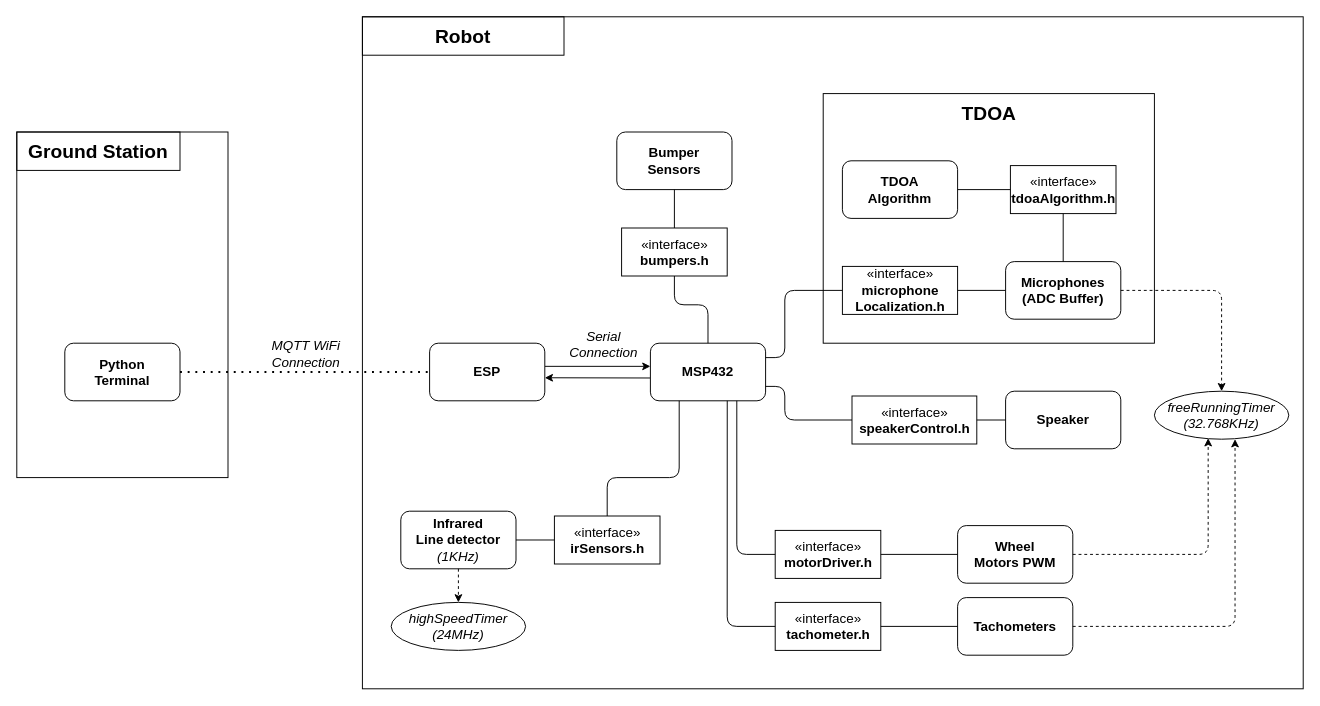
Before: documentation/block_diagram.drawio in davidzwa/advanced-iot-lisat, a draw.io diagram. Source tidied: cells renumbered, new cells numbered last; positions are measured from the earlier drawing's top-left corner, leaving out a move shared by most shapes. Both pictures are drawn from the tidied source at 96%, with x=0, y=0 at pixel (16, 16).
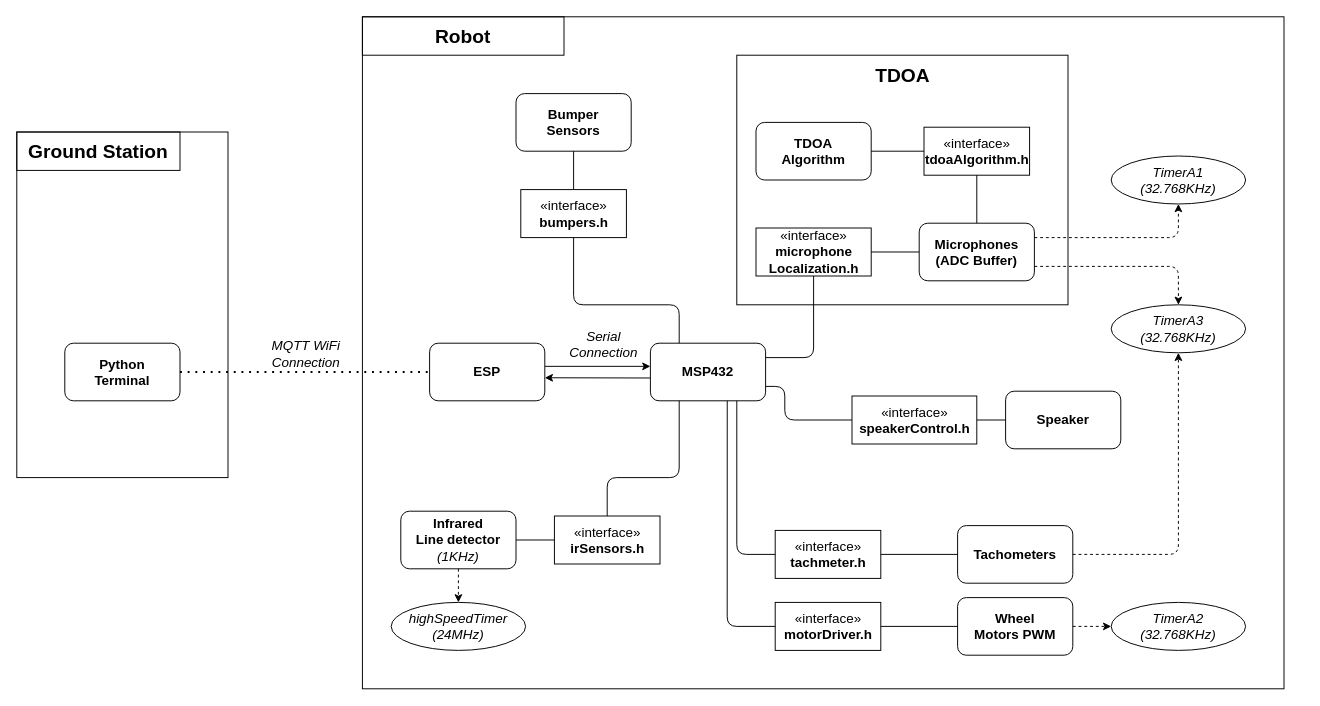
The same page after the edit.

Unchanged cells that the change refers to:
```xml
<mxCell id="9" value="MSP432" style="rounded=1;whiteSpace=wrap;html=1;fontSize=14;fontStyle=1;" parent="1" vertex="1">
  <mxGeometry x="660" y="340" width="120" height="60" as="geometry" />
</mxCell>
```

The edit, as a diff of the source:
```diff
@@
     <mxCell id="2" style="rounded=0;whiteSpace=wrap;html=1;fontSize=14;fillColor=none;" parent="1" vertex="1">
-      <mxGeometry x="360" width="980" height="700" as="geometry" />
+      <mxGeometry x="360" width="960" height="700" as="geometry" />
     </mxCell>
     <mxCell id="3" style="rounded=0;whiteSpace=wrap;html=1;fontSize=14;fillColor=none;" parent="1" vertex="1">
-      <mxGeometry x="840" y="80" width="345" height="260" as="geometry" />
+      <mxGeometry x="750" y="40" width="345" height="260" as="geometry" />
     </mxCell>
@@
     <mxCell id="8" value="Bumper&lt;br style=&quot;font-size: 14px;&quot;&gt;Sensors" style="rounded=1;whiteSpace=wrap;html=1;fontSize=14;fontStyle=1;" parent="1" vertex="1">
-      <mxGeometry x="625" y="120" width="120" height="60" as="geometry" />
+      <mxGeometry x="520" y="80" width="120" height="60" as="geometry" />
     </mxCell>
@@
     <mxCell id="11" value="Microphones&lt;br&gt;(ADC Buffer)" style="rounded=1;whiteSpace=wrap;html=1;fontSize=14;fontStyle=1;" parent="1" vertex="1">
-      <mxGeometry x="1030" y="255" width="120" height="60" as="geometry" />
+      <mxGeometry x="940" y="215" width="120" height="60" as="geometry" />
     </mxCell>
@@
     <mxCell id="25" value="«interface»&lt;br style=&quot;font-size: 14px&quot;&gt;&lt;b style=&quot;font-size: 14px&quot;&gt;bumpers.h&lt;/b&gt;" style="html=1;fontSize=14;" parent="1" vertex="1">
-      <mxGeometry x="630" y="220" width="110" height="50" as="geometry" />
+      <mxGeometry x="525" y="180" width="110" height="50" as="geometry" />
     </mxCell>
-    <mxCell id="26" style="endArrow=none;html=1;exitX=0.5;exitY=0;exitDx=0;exitDy=0;entryX=0.5;entryY=1;entryDx=0;entryDy=0;" parent="1" edge="1" source="9" target="25">
+    <mxCell id="26" style="endArrow=none;html=1;exitX=0.25;exitY=0;exitDx=0;exitDy=0;entryX=0.5;entryY=1;entryDx=0;entryDy=0;" parent="1" edge="1" source="9" target="25">
       <mxGeometry relative="1" as="geometry">
         <Array as="points">
-          <mxPoint x="720" y="300" />
-          <mxPoint x="685" y="300" />
+          <mxPoint x="690" y="300" />
+          <mxPoint x="580" y="300" />
         </Array>
       </mxGeometry>
     </mxCell>
@@
-    <mxCell id="28" value="Tachometers" style="rounded=1;whiteSpace=wrap;html=1;fontSize=14;fontStyle=1;" parent="1" vertex="1">
+    <mxCell id="28" value="Wheel&lt;br&gt;Motors PWM" style="rounded=1;whiteSpace=wrap;html=1;fontSize=14;fontStyle=1;" parent="1" vertex="1">
       <mxGeometry x="980" y="605" width="120" height="60" as="geometry" />
     </mxCell>
     <mxCell id="29" value="TDOA&lt;br&gt;Algorithm" style="rounded=1;whiteSpace=wrap;html=1;fontSize=14;fontStyle=1;" parent="1" vertex="1">
-      <mxGeometry x="860" y="150" width="120" height="60" as="geometry" />
+      <mxGeometry x="770" y="110" width="120" height="60" as="geometry" />
     </mxCell>
     <mxCell id="30" value="«interface»&lt;br style=&quot;font-size: 14px&quot;&gt;&lt;b style=&quot;font-size: 14px&quot;&gt;microphone&lt;br&gt;Localization.h&lt;/b&gt;" style="html=1;fontSize=14;" parent="1" vertex="1">
-      <mxGeometry x="860" y="260" width="120" height="50" as="geometry" />
+      <mxGeometry x="770" y="220" width="120" height="50" as="geometry" />
     </mxCell>
     <mxCell id="31" value="&lt;span style=&quot;font-size: 20px&quot;&gt;&lt;b&gt;TDOA&lt;/b&gt;&lt;/span&gt;" style="text;html=1;strokeColor=none;fillColor=none;align=center;verticalAlign=middle;whiteSpace=wrap;rounded=0;" parent="1" vertex="1">
-      <mxGeometry x="907.5" y="80" width="210" height="40" as="geometry" />
+      <mxGeometry x="817.5" y="40" width="210" height="40" as="geometry" />
     </mxCell>
-    <mxCell id="32" value="Wheel&lt;br&gt;Motors PWM" style="rounded=1;whiteSpace=wrap;html=1;fontSize=14;fontStyle=1;" parent="1" vertex="1">
+    <mxCell id="32" value="Tachometers" style="rounded=1;whiteSpace=wrap;html=1;fontSize=14;fontStyle=1;" parent="1" vertex="1">
       <mxGeometry x="980" y="530" width="120" height="60" as="geometry" />
     </mxCell>
-    <mxCell id="33" value="«interface»&lt;br style=&quot;font-size: 14px&quot;&gt;&lt;b style=&quot;font-size: 14px&quot;&gt;motorDriver.h&lt;/b&gt;" style="html=1;fontSize=14;" parent="1" vertex="1">
+    <mxCell id="33" value="«interface»&lt;br style=&quot;font-size: 14px&quot;&gt;&lt;b style=&quot;font-size: 14px&quot;&gt;tachmeter.h&lt;/b&gt;" style="html=1;fontSize=14;" parent="1" vertex="1">
       <mxGeometry x="790" y="535" width="110" height="50" as="geometry" />
     </mxCell>
@@
     <mxCell id="35" value="«interface»&lt;br style=&quot;font-size: 14px&quot;&gt;&lt;b style=&quot;font-size: 14px&quot;&gt;tdoaAlgorithm.h&lt;/b&gt;" style="html=1;fontSize=14;" parent="1" vertex="1">
-      <mxGeometry x="1035" y="155" width="110" height="50" as="geometry" />
+      <mxGeometry x="945" y="115" width="110" height="50" as="geometry" />
     </mxCell>
-    <mxCell id="36" style="endArrow=none;html=1;exitX=1;exitY=0.25;exitDx=0;exitDy=0;entryX=0;entryY=0.5;entryDx=0;entryDy=0;" parent="1" edge="1" source="9" target="30">
+    <mxCell id="36" style="endArrow=none;html=1;exitX=1;exitY=0.25;exitDx=0;exitDy=0;" parent="1" edge="1" source="9" target="30">
       <mxGeometry relative="1" as="geometry">
         <Array as="points">
-          <mxPoint x="800" y="355" />
-          <mxPoint x="800" y="285" />
+          <mxPoint x="830" y="355" />
         </Array>
       </mxGeometry>
     </mxCell>
-    <mxCell id="37" value="«interface»&lt;br style=&quot;font-size: 14px&quot;&gt;&lt;b style=&quot;font-size: 14px&quot;&gt;tachometer.h&lt;/b&gt;" style="html=1;fontSize=14;" parent="1" vertex="1">
+    <mxCell id="37" value="«interface»&lt;br&gt;&lt;b&gt;motorDriver.h&lt;/b&gt;" style="html=1;fontSize=14;" parent="1" vertex="1">
       <mxGeometry x="790" y="610" width="110" height="50" as="geometry" />
     </mxCell>
@@
-    <mxCell id="43" style="endArrow=classic;html=1;fontSize=14;entryX=0.6;entryY=1;entryDx=0;entryDy=0;dashed=1;entryPerimeter=0;exitX=1;exitY=0.5;exitDx=0;exitDy=0;" parent="1" edge="1" source="28" target="45">
-      <mxGeometry relative="1" as="geometry">
-        <Array as="points">
-          <mxPoint x="1269" y="635" />
-        </Array>
-      </mxGeometry>
-    </mxCell>
-    <mxCell id="44" style="endArrow=classic;html=1;fontSize=14;entryX=0.4;entryY=0.98;entryDx=0;entryDy=0;dashed=1;exitX=1;exitY=0.5;exitDx=0;exitDy=0;entryPerimeter=0;" parent="1" edge="1" source="32" target="45">
-      <mxGeometry relative="1" as="geometry">
-        <Array as="points">
-          <mxPoint x="1241" y="560" />
-        </Array>
-      </mxGeometry>
-    </mxCell>
-    <mxCell id="45" value="freeRunningTimer&lt;br&gt;(32.768KHz)" style="ellipse;whiteSpace=wrap;html=1;fillColor=none;fontSize=14;fontStyle=2;" parent="1" vertex="1">
-      <mxGeometry x="1185" y="390" width="140" height="50" as="geometry" />
+    <mxCell id="45" value="TimerA1&lt;br&gt;(32.768KHz)" style="ellipse;whiteSpace=wrap;html=1;fillColor=none;fontSize=14;fontStyle=2;" parent="1" vertex="1">
+      <mxGeometry x="1140" y="145" width="140" height="50" as="geometry" />
     </mxCell>
-    <mxCell id="46" style="endArrow=classic;html=1;fontSize=14;entryX=0.5;entryY=0;entryDx=0;entryDy=0;dashed=1;exitX=1;exitY=0.5;exitDx=0;exitDy=0;" parent="1" edge="1" source="11" target="45">
+    <mxCell id="46" style="endArrow=classic;html=1;fontSize=14;dashed=1;exitX=1;exitY=0.25;exitDx=0;exitDy=0;entryX=0.5;entryY=1;entryDx=0;entryDy=0;" parent="1" edge="1" source="11" target="45">
       <mxGeometry relative="1" as="geometry">
         <Array as="points">
-          <mxPoint x="1255" y="285" />
+          <mxPoint x="1210" y="230" />
         </Array>
       </mxGeometry>
     </mxCell>
@@
+    <mxCell id="50" value="TimerA2&lt;br&gt;(32.768KHz)" style="ellipse;whiteSpace=wrap;html=1;fillColor=none;fontSize=14;fontStyle=2;" parent="1" vertex="1">
+      <mxGeometry x="1140" y="610" width="140" height="50" as="geometry" />
+    </mxCell>
+    <mxCell id="51" style="endArrow=classic;html=1;fontSize=14;dashed=1;exitX=1;exitY=0.5;exitDx=0;exitDy=0;entryX=0;entryY=0.5;entryDx=0;entryDy=0;" parent="1" edge="1" source="28" target="50">
+      <mxGeometry relative="1" as="geometry" />
+    </mxCell>
+    <mxCell id="52" value="TimerA3&lt;br&gt;(32.768KHz)" style="ellipse;whiteSpace=wrap;html=1;fillColor=none;fontSize=14;fontStyle=2;" parent="1" vertex="1">
+      <mxGeometry x="1140" y="300" width="140" height="50" as="geometry" />
+    </mxCell>
+    <mxCell id="53" style="endArrow=classic;html=1;fontSize=14;dashed=1;exitX=1;exitY=0.75;exitDx=0;exitDy=0;entryX=0.5;entryY=0;entryDx=0;entryDy=0;" parent="1" edge="1" source="11" target="52">
+      <mxGeometry relative="1" as="geometry">
+        <Array as="points">
+          <mxPoint x="1210" y="260" />
+        </Array>
+      </mxGeometry>
+    </mxCell>
+    <mxCell id="54" style="endArrow=classic;html=1;fontSize=14;dashed=1;exitX=1;exitY=0.5;exitDx=0;exitDy=0;entryX=0.5;entryY=1;entryDx=0;entryDy=0;" parent="1" edge="1" source="32" target="52">
+      <mxGeometry relative="1" as="geometry">
+        <Array as="points">
+          <mxPoint x="1210" y="560" />
+        </Array>
+      </mxGeometry>
+    </mxCell>
```
